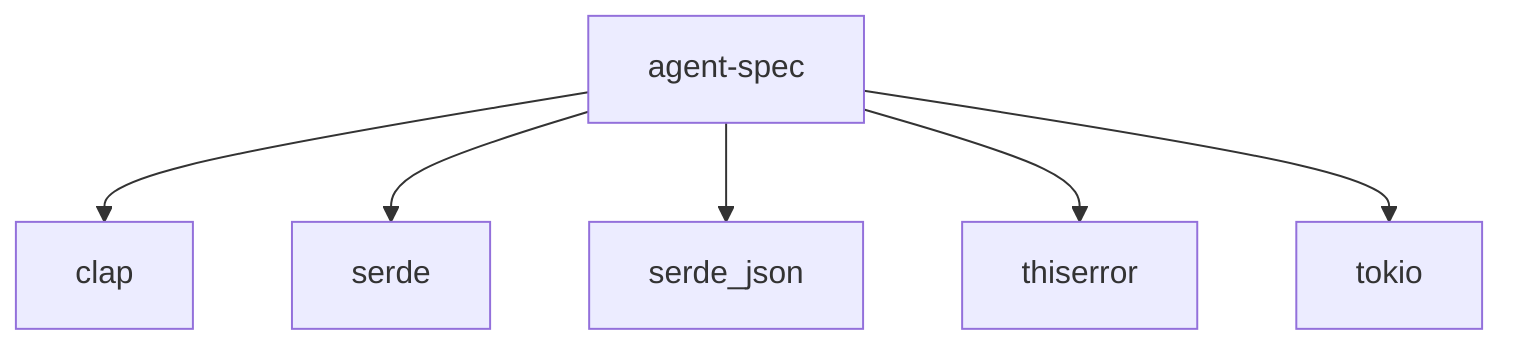
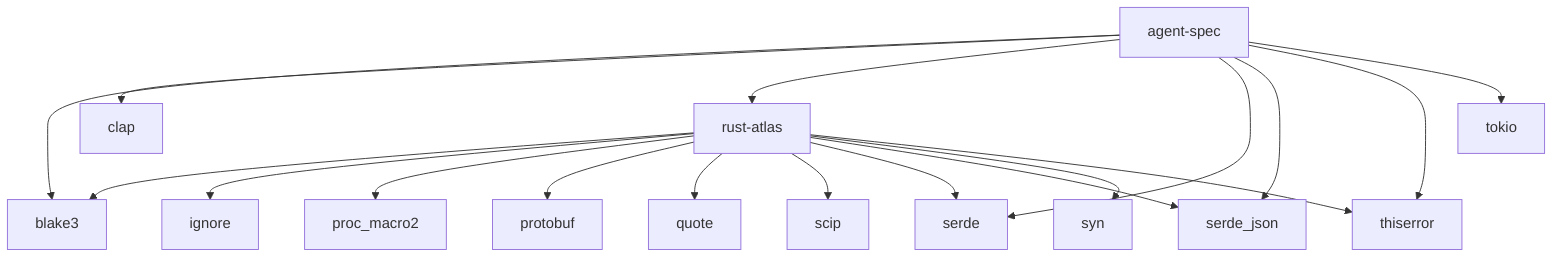
graph TD
  agent_spec["agent-spec"]
+   rust_atlas["rust-atlas"]
+   agent_spec --> blake3
  agent_spec --> clap
+   agent_spec --> rust_atlas
  agent_spec --> serde
  agent_spec --> serde_json
  agent_spec --> thiserror
  agent_spec --> tokio
+   rust_atlas --> blake3
+   rust_atlas --> ignore
+   rust_atlas --> proc_macro2
+   rust_atlas --> protobuf
+   rust_atlas --> quote
+   rust_atlas --> scip
+   rust_atlas --> serde
+   rust_atlas --> serde_json
+   rust_atlas --> syn
+   rust_atlas --> thiserror
